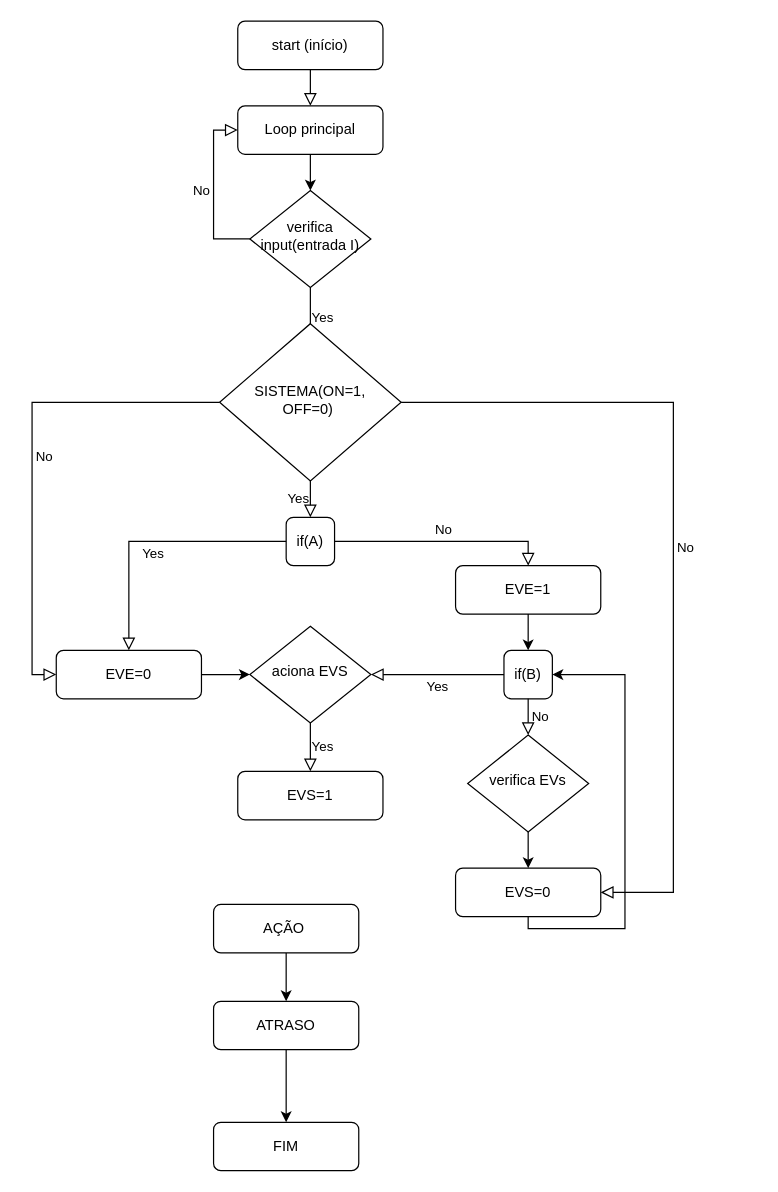
Before: Diagrama sem nome.drawio in nervaljunior/arquitetura-de-computadores, a draw.io diagram. Source tidied: cells renumbered, new cells numbered last; positions are measured from the earlier drawing's top-left corner, leaving out a move shared by most shapes. Both pictures are drawn from the tidied source at 121%, with x=0, y=0 at pixel (56, 21).
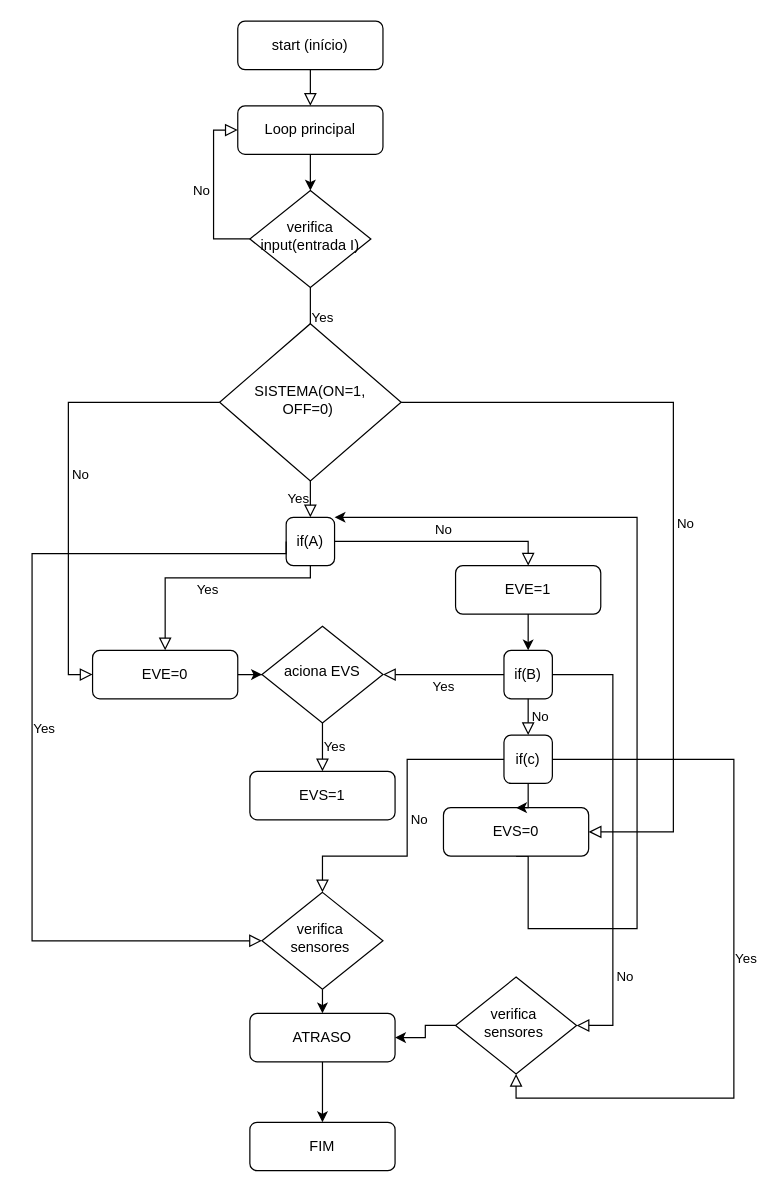
Above is the later version.

Unchanged cells that the change refers to:
```xml
<mxCell id="17" value="SISTEMA(ON=1, OFF=0)&amp;nbsp;" style="rhombus;whiteSpace=wrap;html=1;shadow=0;fontFamily=Helvetica;fontSize=12;align=center;strokeWidth=1;spacing=6;spacingTop=-4;" parent="1" vertex="1">
  <mxGeometry x="135" y="250" width="150" height="130" as="geometry" />
</mxCell>
<mxCell id="18" value="if(A)" style="rounded=1;whiteSpace=wrap;html=1;fontSize=12;glass=0;strokeWidth=1;shadow=0;" parent="1" vertex="1">
  <mxGeometry x="190" y="410" width="40" height="40" as="geometry" />
</mxCell>
<mxCell id="19" value="if(B)" style="rounded=1;whiteSpace=wrap;html=1;fontSize=12;glass=0;strokeWidth=1;shadow=0;" parent="1" vertex="1">
  <mxGeometry x="370" y="520" width="40" height="40" as="geometry" />
</mxCell>
```

Diff of the diagram source:
```diff
@@
     <mxCell id="6" value="Yes" style="edgeStyle=orthogonalEdgeStyle;rounded=0;html=1;jettySize=auto;fontSize=11;endArrow=block;endFill=0;endSize=8;strokeWidth=1;shadow=0;labelBackgroundColor=none;entryX=0.5;entryY=0;entryDx=0;entryDy=0;exitX=0.5;exitY=1;exitDx=0;exitDy=0;" parent="1" edge="1" source="7" target="11">
       <mxGeometry y="10" relative="1" as="geometry">
         <Array as="points">
-          <mxPoint x="210" y="590" />
-          <mxPoint x="210" y="590" />
+          <mxPoint x="220" y="590" />
+          <mxPoint x="220" y="590" />
         </Array>
       </mxGeometry>
     </mxCell>
     <mxCell id="7" value="aciona EVS" style="rhombus;whiteSpace=wrap;html=1;shadow=0;fontFamily=Helvetica;fontSize=12;align=center;strokeWidth=1;spacing=6;spacingTop=-4;" parent="1" vertex="1">
-      <mxGeometry x="160" y="500" width="100" height="80" as="geometry" />
+      <mxGeometry x="170" y="500" width="100" height="80" as="geometry" />
     </mxCell>
@@
     <mxCell id="11" value="EVS=1" style="rounded=1;whiteSpace=wrap;html=1;fontSize=12;glass=0;strokeWidth=1;shadow=0;" parent="1" vertex="1">
-      <mxGeometry x="150" y="620" width="120" height="40" as="geometry" />
+      <mxGeometry x="160" y="620" width="120" height="40" as="geometry" />
     </mxCell>
-    <mxCell id="12" style="edgeStyle=orthogonalEdgeStyle;rounded=0;jettySize=auto;html=1;exitX=0.5;exitY=1;exitDx=0;exitDy=0;entryX=0.5;entryY=0;entryDx=0;entryDy=0;" parent="1" edge="1" source="13" target="15">
+    <mxCell id="12" style="edgeStyle=orthogonalEdgeStyle;rounded=0;jettySize=auto;html=1;exitX=0.5;exitY=1;exitDx=0;exitDy=0;entryX=0.5;entryY=0;entryDx=0;entryDy=0;" parent="1" edge="1" source="35" target="15">
       <mxGeometry relative="1" as="geometry" />
     </mxCell>
-    <mxCell id="13" value="AÇÃO&amp;nbsp;" style="rounded=1;whiteSpace=wrap;html=1;fontSize=12;glass=0;strokeWidth=1;shadow=0;" parent="1" vertex="1">
-      <mxGeometry x="130" y="730" width="120" height="40" as="geometry" />
-    </mxCell>
@@
     <mxCell id="15" value="ATRASO&lt;br&gt;" style="rounded=1;whiteSpace=wrap;html=1;fontSize=12;glass=0;strokeWidth=1;shadow=0;" parent="1" vertex="1">
-      <mxGeometry x="130" y="810" width="120" height="40" as="geometry" />
+      <mxGeometry x="160" y="820" width="120" height="40" as="geometry" />
     </mxCell>
     <mxCell id="16" value="FIM" style="rounded=1;whiteSpace=wrap;html=1;fontSize=12;glass=0;strokeWidth=1;shadow=0;" parent="1" vertex="1">
-      <mxGeometry x="130" y="910" width="120" height="40" as="geometry" />
+      <mxGeometry x="160" y="910" width="120" height="40" as="geometry" />
     </mxCell>
@@
-    <mxCell id="20" value="Yes" style="edgeStyle=orthogonalEdgeStyle;rounded=0;html=1;jettySize=auto;fontSize=11;endArrow=block;endFill=0;endSize=8;strokeWidth=1;shadow=0;labelBackgroundColor=none;exitX=0;exitY=0.5;exitDx=0;exitDy=0;entryX=0.5;entryY=0;entryDx=0;entryDy=0;" parent="1" edge="1" source="18" target="29">
+    <mxCell id="20" value="Yes" style="edgeStyle=orthogonalEdgeStyle;rounded=0;html=1;jettySize=auto;fontSize=11;endArrow=block;endFill=0;endSize=8;strokeWidth=1;shadow=0;labelBackgroundColor=none;exitX=0.5;exitY=1;exitDx=0;exitDy=0;entryX=0.5;entryY=0;entryDx=0;entryDy=0;" parent="1" edge="1" source="18" target="29">
       <mxGeometry y="10" relative="1" as="geometry">
         <Array as="points">
-          <mxPoint x="60" y="430" />
+          <mxPoint x="210" y="460" />
+          <mxPoint x="90" y="460" />
         </Array>
       </mxGeometry>
     </mxCell>
@@
-    <mxCell id="23" value="No" style="edgeStyle=orthogonalEdgeStyle;rounded=0;html=1;jettySize=auto;fontSize=11;endArrow=block;endFill=0;endSize=8;strokeWidth=1;shadow=0;labelBackgroundColor=none;exitX=0.5;exitY=1;exitDx=0;exitDy=0;entryX=0.5;entryY=0;entryDx=0;entryDy=0;" parent="1" edge="1" source="19" target="27">
+    <mxCell id="23" value="No" style="edgeStyle=orthogonalEdgeStyle;rounded=0;html=1;jettySize=auto;fontSize=11;endArrow=block;endFill=0;endSize=8;strokeWidth=1;shadow=0;labelBackgroundColor=none;exitX=0.5;exitY=1;exitDx=0;exitDy=0;entryX=0.5;entryY=0;entryDx=0;entryDy=0;" parent="1" edge="1" source="19" target="37">
       <mxGeometry y="10" relative="1" as="geometry" />
     </mxCell>
-    <mxCell id="24" style="edgeStyle=orthogonalEdgeStyle;rounded=0;jettySize=auto;html=1;entryX=1;entryY=0.5;entryDx=0;entryDy=0;exitX=0.5;exitY=1;exitDx=0;exitDy=0;" parent="1" edge="1" source="25" target="19">
+    <mxCell id="24" style="edgeStyle=orthogonalEdgeStyle;rounded=0;jettySize=auto;html=1;entryX=1;entryY=0;entryDx=0;entryDy=0;exitX=0.5;exitY=1;exitDx=0;exitDy=0;" parent="1" edge="1" source="25" target="18">
       <mxGeometry relative="1" as="geometry">
         <Array as="points">
           <mxPoint x="390" y="750" />
-          <mxPoint x="470" y="750" />
-          <mxPoint x="470" y="540" />
+          <mxPoint x="480" y="750" />
+          <mxPoint x="480" y="410" />
         </Array>
       </mxGeometry>
     </mxCell>
     <mxCell id="25" value="EVS=0" style="rounded=1;whiteSpace=wrap;html=1;fontSize=12;glass=0;strokeWidth=1;shadow=0;" parent="1" vertex="1">
-      <mxGeometry x="330" y="700" width="120" height="40" as="geometry" />
+      <mxGeometry x="320" y="650" width="120" height="40" as="geometry" />
     </mxCell>
-    <mxCell id="26" style="edgeStyle=orthogonalEdgeStyle;rounded=0;jettySize=auto;html=1;entryX=0.5;entryY=0;entryDx=0;entryDy=0;" parent="1" edge="1" source="27" target="25">
-      <mxGeometry relative="1" as="geometry" />
-    </mxCell>
-    <mxCell id="27" value="verifica EVs" style="rhombus;whiteSpace=wrap;html=1;shadow=0;fontFamily=Helvetica;fontSize=12;align=center;strokeWidth=1;spacing=6;spacingTop=-4;" parent="1" vertex="1">
-      <mxGeometry x="340" y="590" width="100" height="80" as="geometry" />
-    </mxCell>
@@
     <mxCell id="29" value="EVE=0" style="rounded=1;whiteSpace=wrap;html=1;fontSize=12;glass=0;strokeWidth=1;shadow=0;" parent="1" vertex="1">
-      <mxGeometry y="520" width="120" height="40" as="geometry" />
+      <mxGeometry x="30" y="520" width="120" height="40" as="geometry" />
     </mxCell>
@@
     <mxCell id="32" value="No" style="edgeStyle=orthogonalEdgeStyle;rounded=0;html=1;jettySize=auto;fontSize=11;endArrow=block;endFill=0;endSize=8;strokeWidth=1;shadow=0;labelBackgroundColor=none;entryX=1;entryY=0.5;entryDx=0;entryDy=0;exitX=1;exitY=0.5;exitDx=0;exitDy=0;" parent="1" edge="1" source="17" target="25">
       <mxGeometry y="10" relative="1" as="geometry">
         <Array as="points">
           <mxPoint x="510" y="315" />
-          <mxPoint x="510" y="720" />
+          <mxPoint x="510" y="670" />
         </Array>
       </mxGeometry>
     </mxCell>
@@
+    <mxCell id="35" value="verifica&amp;nbsp; sensores&amp;nbsp;" style="rhombus;whiteSpace=wrap;html=1;shadow=0;fontFamily=Helvetica;fontSize=12;align=center;strokeWidth=1;spacing=6;spacingTop=-4;" parent="1" vertex="1">
+      <mxGeometry x="170" y="720" width="100" height="80" as="geometry" />
+    </mxCell>
+    <mxCell id="36" style="edgeStyle=orthogonalEdgeStyle;rounded=0;jettySize=auto;html=1;entryX=0.5;entryY=0;entryDx=0;entryDy=0;" parent="1" edge="1" source="37" target="25">
+      <mxGeometry relative="1" as="geometry" />
+    </mxCell>
+    <mxCell id="37" value="if(c)" style="rounded=1;whiteSpace=wrap;html=1;fontSize=12;glass=0;strokeWidth=1;shadow=0;" parent="1" vertex="1">
+      <mxGeometry x="370" y="590" width="40" height="40" as="geometry" />
+    </mxCell>
+    <mxCell id="38" value="Yes" style="edgeStyle=orthogonalEdgeStyle;rounded=0;html=1;jettySize=auto;fontSize=11;endArrow=block;endFill=0;endSize=8;strokeWidth=1;shadow=0;labelBackgroundColor=none;exitX=0;exitY=0.5;exitDx=0;exitDy=0;entryX=0;entryY=0.5;entryDx=0;entryDy=0;" parent="1" edge="1" source="18" target="35">
+      <mxGeometry y="10" relative="1" as="geometry">
+        <Array as="points">
+          <mxPoint x="190" y="440" />
+          <mxPoint x="-20" y="440" />
+          <mxPoint x="-20" y="760" />
+        </Array>
+      </mxGeometry>
+    </mxCell>
+    <mxCell id="39" value="No" style="edgeStyle=orthogonalEdgeStyle;rounded=0;html=1;jettySize=auto;fontSize=11;endArrow=block;endFill=0;endSize=8;strokeWidth=1;shadow=0;labelBackgroundColor=none;exitX=0;exitY=0.5;exitDx=0;exitDy=0;entryX=0.5;entryY=0;entryDx=0;entryDy=0;" parent="1" edge="1" source="37" target="35">
+      <mxGeometry y="10" relative="1" as="geometry">
+        <Array as="points">
+          <mxPoint x="290" y="610" />
+          <mxPoint x="290" y="690" />
+          <mxPoint x="220" y="690" />
+        </Array>
+      </mxGeometry>
+    </mxCell>
+    <mxCell id="40" style="edgeStyle=orthogonalEdgeStyle;rounded=0;jettySize=auto;html=1;entryX=1;entryY=0.5;entryDx=0;entryDy=0;" parent="1" edge="1" source="41" target="15">
+      <mxGeometry relative="1" as="geometry" />
+    </mxCell>
+    <mxCell id="41" value="verifica&amp;nbsp; sensores&amp;nbsp;" style="rhombus;whiteSpace=wrap;html=1;shadow=0;fontFamily=Helvetica;fontSize=12;align=center;strokeWidth=1;spacing=6;spacingTop=-4;" parent="1" vertex="1">
+      <mxGeometry x="330" y="790" width="100" height="80" as="geometry" />
+    </mxCell>
+    <mxCell id="42" value="No" style="edgeStyle=orthogonalEdgeStyle;rounded=0;html=1;jettySize=auto;fontSize=11;endArrow=block;endFill=0;endSize=8;strokeWidth=1;shadow=0;labelBackgroundColor=none;exitX=1;exitY=0.5;exitDx=0;exitDy=0;entryX=1;entryY=0.5;entryDx=0;entryDy=0;" parent="1" edge="1" source="19" target="41">
+      <mxGeometry x="0.62" y="10" relative="1" as="geometry">
+        <Array as="points">
+          <mxPoint x="460" y="540" />
+          <mxPoint x="460" y="830" />
+        </Array>
+      </mxGeometry>
+    </mxCell>
+    <mxCell id="43" value="Yes" style="edgeStyle=orthogonalEdgeStyle;rounded=0;html=1;jettySize=auto;fontSize=11;endArrow=block;endFill=0;endSize=8;strokeWidth=1;shadow=0;labelBackgroundColor=none;exitX=1;exitY=0.5;exitDx=0;exitDy=0;entryX=0.5;entryY=1;entryDx=0;entryDy=0;" parent="1" edge="1" source="37" target="41">
+      <mxGeometry y="10" relative="1" as="geometry">
+        <Array as="points">
+          <mxPoint x="560" y="610" />
+          <mxPoint x="560" y="890" />
+          <mxPoint x="380" y="890" />
+        </Array>
+      </mxGeometry>
+    </mxCell>
```
